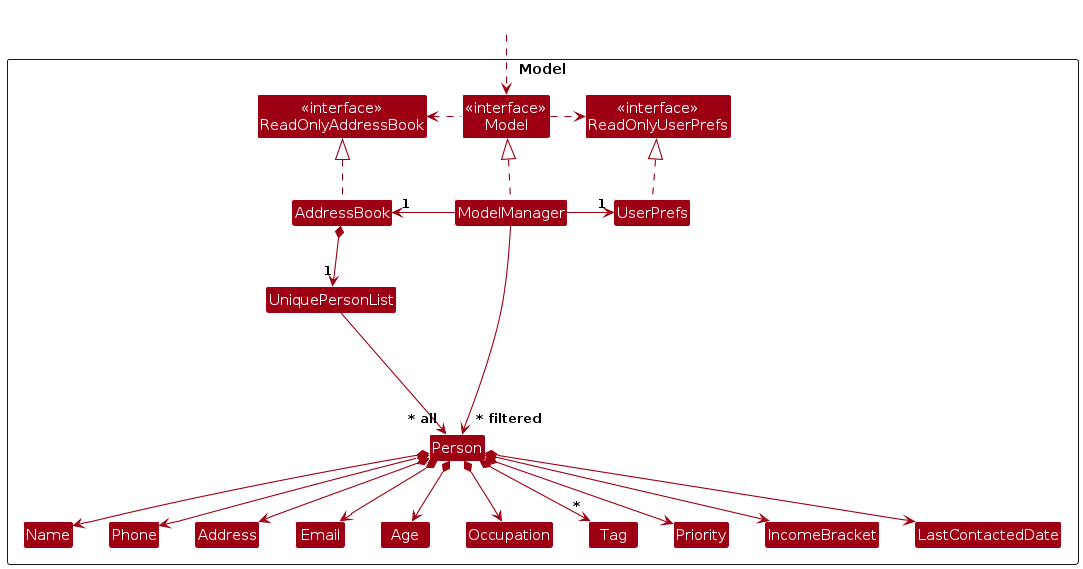
This is diagrams/ModelClassDiagram.png from zpnoob/tp, a PlantUML export, as it was before one commit. Its source is kept beside it as diagrams/ModelClassDiagram.puml.
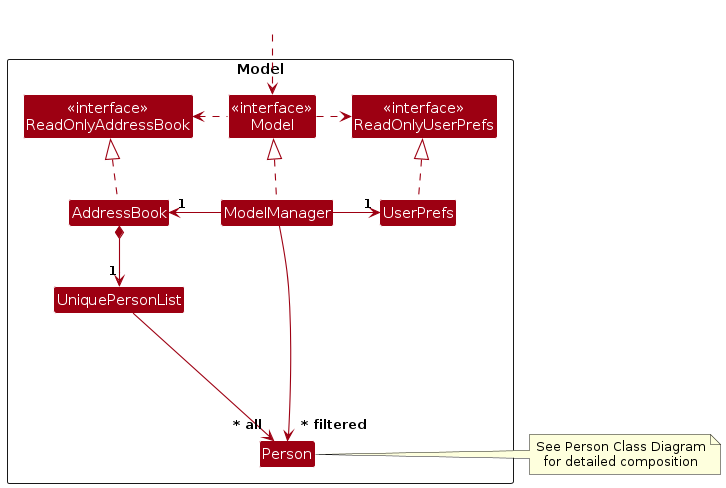
Above is the later version.

The edit, as a diff of the source:
```diff
@@ -14,16 +14,6 @@
 
 Class UniquePersonList
 Class Person
-Class Address
-Class Email
-Class Name
-Class Phone
-Class Age
-Class Occupation
-Class Tag
-Class Priority
-Class IncomeBracket
-Class LastContactedDate
 
 Class I #FFFFFF
 }
@@ -42,23 +32,14 @@
 
 AddressBook *--> "1" UniquePersonList
 UniquePersonList --> "~* all" Person
-Person *--> Name
-Person *--> Phone
-Person *--> Email
-Person *--> Address
-Person *--> Occupation
-Person *--> LastContactedDate
-Person *--> "*" Tag
-Person *--> Priority
-Person *--> IncomeBracket
-Person *--> Age
 
 Person -[hidden]up--> I
 UniquePersonList -[hidden]right-> I
 
-Name -[hidden]right-> Phone
-Phone -[hidden]right-> Address
-Address -[hidden]right-> Email
+ModelManager --> "~* filtered" Person
 
-ModelManager --> "~* filtered" Person
+note right of Person
+  See Person Class Diagram
+  for detailed composition
+end note
 @enduml
```
